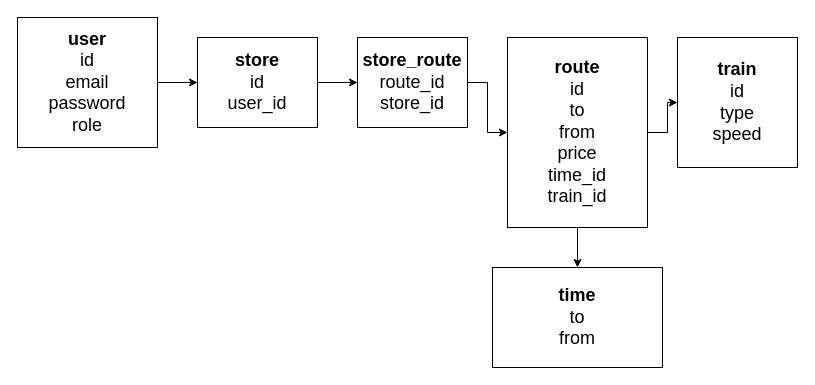
The draw.io diagram server/scheme/Railway Information System.drawio in MeNoobly/Railway-Information-System, before the edit. Source tidied: cells renumbered, new cells numbered last; positions are measured from the earlier drawing's top-left corner, leaving out a move shared by most shapes. Both pictures are drawn from the tidied source at 100%, with x=0, y=0 at pixel (17, 17).
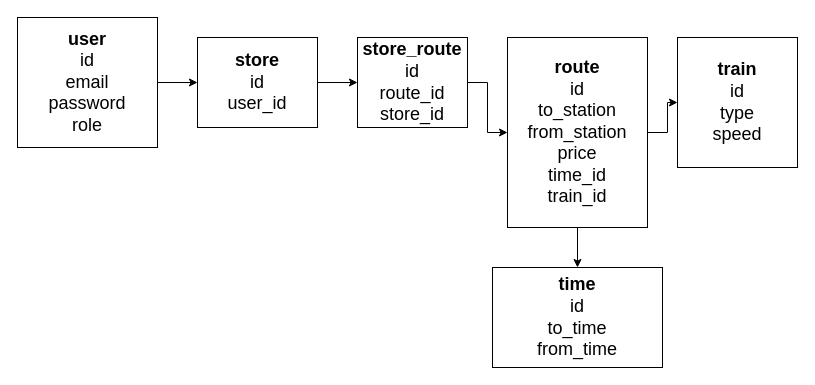
Above is the later version.

What changed in the source:
```diff
@@
 <mxGraphModel>
   <root>
     <mxCell id="0" />
     <mxCell id="1" parent="0" />
     <mxCell id="2" style="edgeStyle=orthogonalEdgeStyle;rounded=0;jettySize=auto;html=1;" parent="1" edge="1" source="3" target="9">
       <mxGeometry relative="1" as="geometry" />
     </mxCell>
     <mxCell id="3" value="&lt;font style=&quot;font-size: 18px;&quot;&gt;&lt;b&gt;user&lt;/b&gt;&lt;br&gt;id&lt;br&gt;email&lt;br&gt;password&lt;br&gt;role&lt;/font&gt;" style="rounded=0;whiteSpace=wrap;html=1;" parent="1" vertex="1">
       <mxGeometry width="140" height="130" as="geometry" />
     </mxCell>
     <mxCell id="4" value="&lt;font style=&quot;font-size: 18px;&quot;&gt;&lt;b style=&quot;&quot;&gt;train&lt;/b&gt;&lt;br&gt;id&lt;br&gt;type&lt;br&gt;speed&lt;br&gt;&lt;/font&gt;" style="rounded=0;whiteSpace=wrap;html=1;" parent="1" vertex="1">
       <mxGeometry x="660" y="20" width="120" height="130" as="geometry" />
     </mxCell>
     <mxCell id="5" style="edgeStyle=orthogonalEdgeStyle;rounded=0;jettySize=auto;html=1;" parent="1" edge="1" source="7" target="4">
       <mxGeometry relative="1" as="geometry" />
     </mxCell>
     <mxCell id="6" style="edgeStyle=orthogonalEdgeStyle;rounded=0;jettySize=auto;html=1;" parent="1" edge="1" source="7" target="12">
       <mxGeometry relative="1" as="geometry" />
     </mxCell>
-    <mxCell id="7" value="&lt;font style=&quot;font-size: 18px;&quot;&gt;&lt;b&gt;route&lt;/b&gt;&lt;br&gt;id&lt;br&gt;to&lt;br style=&quot;border-color: var(--border-color);&quot;&gt;from&lt;br&gt;price&lt;br&gt;time_id&lt;br&gt;train_id&lt;br&gt;&lt;/font&gt;" style="rounded=0;whiteSpace=wrap;html=1;" parent="1" vertex="1">
+    <mxCell id="7" value="&lt;font style=&quot;font-size: 18px;&quot;&gt;&lt;b&gt;route&lt;/b&gt;&lt;br&gt;id&lt;br&gt;to_station&lt;br style=&quot;border-color: var(--border-color);&quot;&gt;from_station&lt;br&gt;price&lt;br&gt;time_id&lt;br&gt;train_id&lt;br&gt;&lt;/font&gt;" style="rounded=0;whiteSpace=wrap;html=1;" parent="1" vertex="1">
       <mxGeometry x="490" y="20" width="140" height="190" as="geometry" />
     </mxCell>
     <mxCell id="8" style="edgeStyle=orthogonalEdgeStyle;rounded=0;jettySize=auto;html=1;" parent="1" edge="1" source="9" target="11">
       <mxGeometry relative="1" as="geometry" />
     </mxCell>
     <mxCell id="9" value="&lt;font style=&quot;font-size: 18px;&quot;&gt;&lt;b&gt;store&lt;br&gt;&lt;/b&gt;id&lt;br&gt;user_id&lt;br&gt;&lt;/font&gt;" style="rounded=0;whiteSpace=wrap;html=1;" parent="1" vertex="1">
       <mxGeometry x="180" y="20" width="120" height="90" as="geometry" />
     </mxCell>
     <mxCell id="10" style="edgeStyle=orthogonalEdgeStyle;rounded=0;jettySize=auto;html=1;" parent="1" edge="1" source="11" target="7">
       <mxGeometry relative="1" as="geometry" />
     </mxCell>
-    <mxCell id="11" value="&lt;font style=&quot;font-size: 18px;&quot;&gt;&lt;b&gt;store_route&lt;/b&gt;&lt;br&gt;route_id&lt;br&gt;store_id&lt;/font&gt;" style="rounded=0;whiteSpace=wrap;html=1;" parent="1" vertex="1">
+    <mxCell id="11" value="&lt;font style=&quot;font-size: 18px;&quot;&gt;&lt;b&gt;store_route&lt;br&gt;&lt;/b&gt;id&lt;br&gt;route_id&lt;br&gt;store_id&lt;/font&gt;" style="rounded=0;whiteSpace=wrap;html=1;" parent="1" vertex="1">
       <mxGeometry x="340" y="20" width="110" height="90" as="geometry" />
     </mxCell>
-    <mxCell id="12" value="&lt;font style=&quot;font-size: 18px;&quot;&gt;&lt;b&gt;time&lt;/b&gt;&lt;br&gt;to&lt;br&gt;from&lt;br&gt;&lt;/font&gt;" style="rounded=0;whiteSpace=wrap;html=1;" parent="1" vertex="1">
+    <mxCell id="12" value="&lt;font style=&quot;font-size: 18px;&quot;&gt;&lt;b&gt;time&lt;br&gt;&lt;/b&gt;id&lt;br&gt;to_time&lt;br&gt;from_time&lt;br&gt;&lt;/font&gt;" style="rounded=0;whiteSpace=wrap;html=1;" parent="1" vertex="1">
       <mxGeometry x="475" y="250" width="170" height="100" as="geometry" />
     </mxCell>
   </root>
 </mxGraphModel>
```
